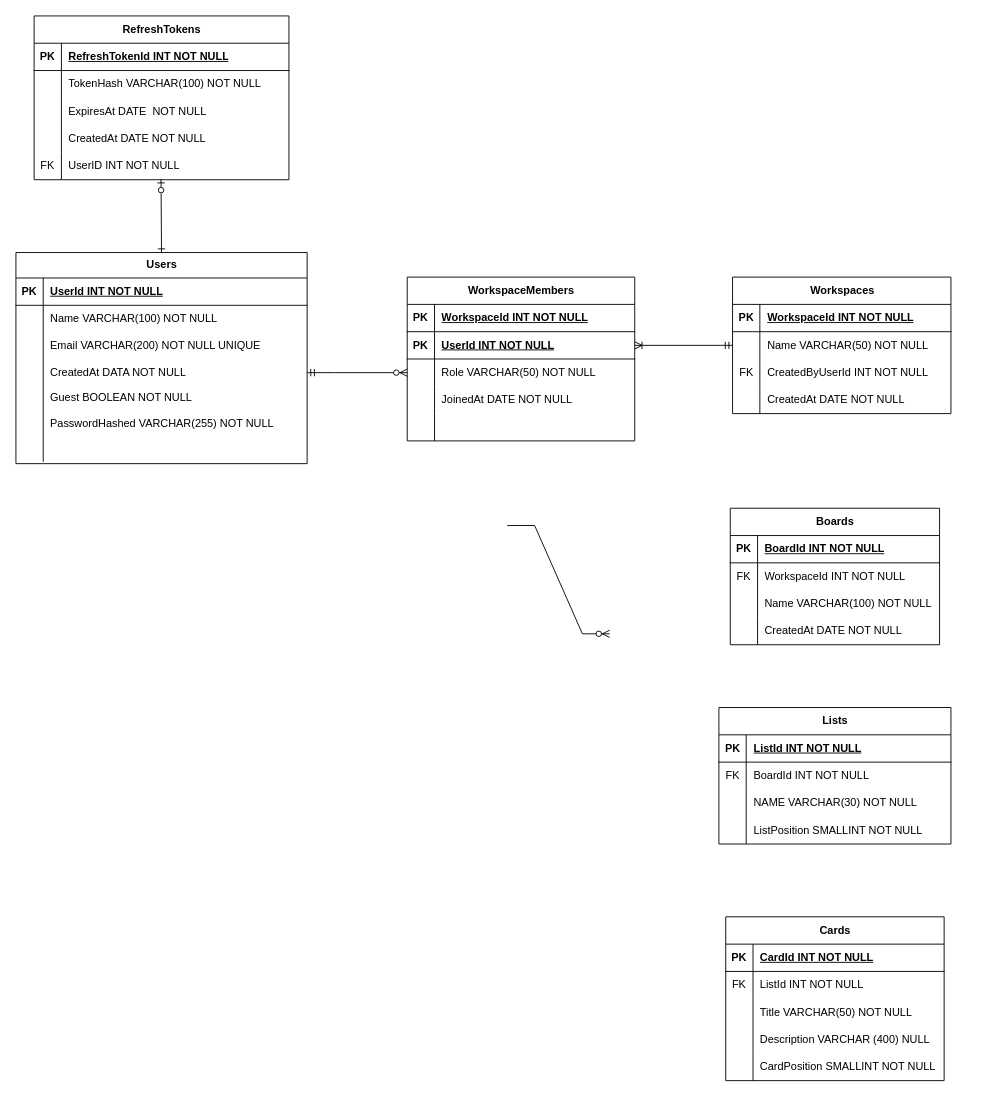
Earlier version of the draw.io diagram DatabaseFilesAndDesign/DatabaseDesign.drawio (maninder56/Planner-Web-App). Source tidied: cells renumbered, new cells numbered last; positions are measured from the earlier drawing's top-left corner, leaving out a move shared by most shapes. Both pictures are drawn from the tidied source at 91%, with x=0, y=0 at pixel (15, 15).
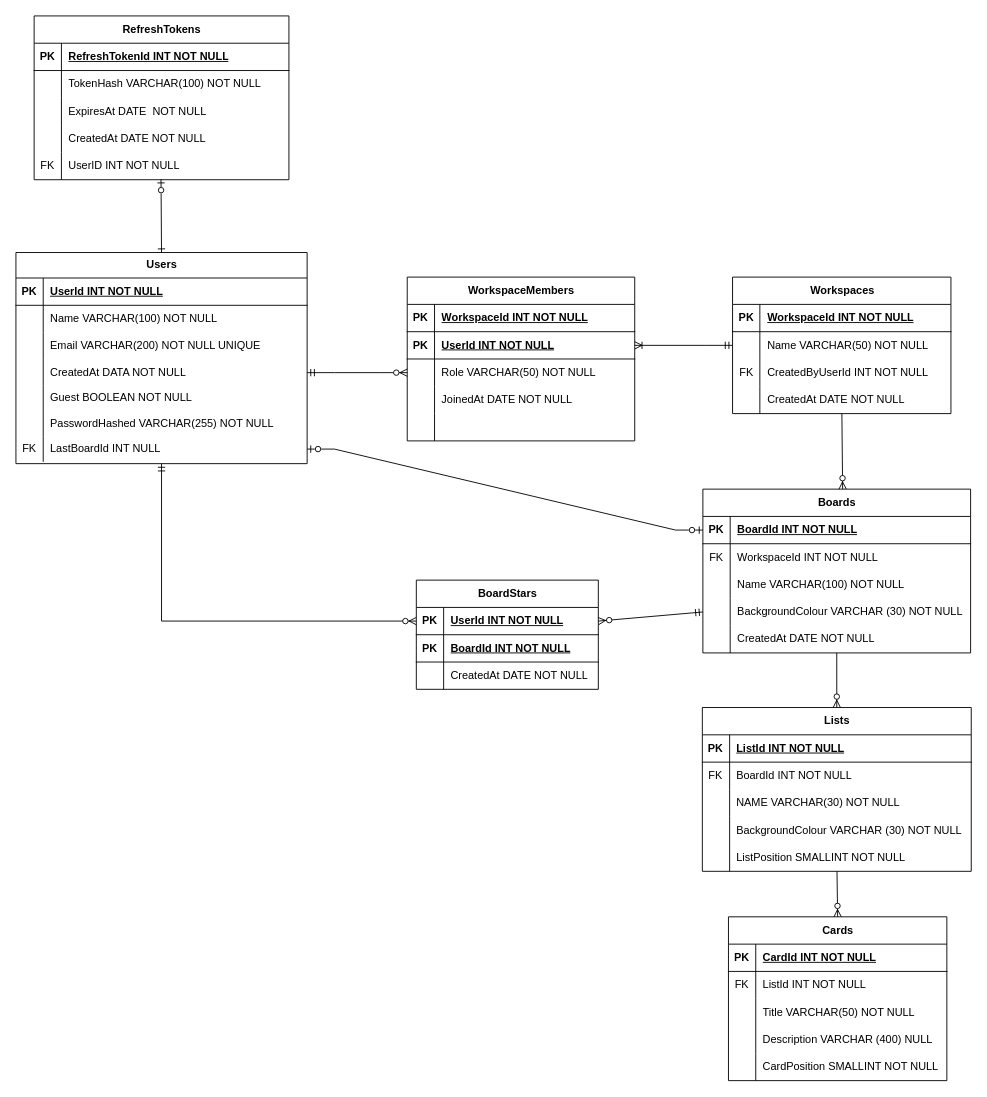
The same diagram, later.

Commit message:
Added boardstar table

Unchanged cells that the change refers to:
```xml
<mxCell id="2" value="Users" style="shape=table;startSize=28;childLayout=tableLayout;rowLines=0;fontStyle=1;align=center;html=1;" parent="1" vertex="1">
  <mxGeometry y="260" width="320" height="232" as="geometry" />
</mxCell>
<mxCell id="21" style="shape=tableRow;horizontal=0;startSize=0;swimlaneHead=0;swimlaneBody=0;fillColor=none;points=[[0,0.5],[1,0.5]];portConstraint=eastwest;top=0;left=0;right=0;bottom=0;" parent="2" vertex="1">
  <mxGeometry y="202" width="320" height="28" as="geometry" />
</mxCell>
<mxCell id="51" style="shape=tableRow;horizontal=0;startSize=0;swimlaneHead=0;swimlaneBody=0;fillColor=none;points=[[0,0.5],[1,0.5]];portConstraint=eastwest;top=0;left=0;right=0;bottom=0;" parent="41" vertex="1">
  <mxGeometry y="120" width="240" height="30" as="geometry" />
</mxCell>
```

The edit, as a diff of the source:
```diff
@@
-    <mxCell id="22" style="shape=partialRectangle;fillColor=none;top=0;left=0;bottom=0;right=0;overflow=hidden;whiteSpace=wrap;html=1;" parent="21" vertex="1">
+    <mxCell id="22" value="FK" style="shape=partialRectangle;fillColor=none;top=0;left=0;bottom=0;right=0;overflow=hidden;whiteSpace=wrap;html=1;" parent="21" vertex="1">
       <mxGeometry width="30" height="28" as="geometry" />
     </mxCell>
-    <mxCell id="23" style="shape=partialRectangle;fillColor=none;top=0;left=0;bottom=0;right=0;align=left;spacingLeft=6;overflow=hidden;whiteSpace=wrap;html=1;" parent="21" vertex="1">
+    <mxCell id="23" value="LastBoardId INT NULL" style="shape=partialRectangle;fillColor=none;top=0;left=0;bottom=0;right=0;align=left;spacingLeft=6;overflow=hidden;whiteSpace=wrap;html=1;" parent="21" vertex="1">
       <mxGeometry x="30" width="290" height="28" as="geometry" />
     </mxCell>
@@
     <mxCell id="70" value="Boards" style="shape=table;startSize=30;childLayout=tableLayout;rowLines=0;fontStyle=1;align=center;html=1;" parent="1" vertex="1">
-      <mxGeometry x="785" y="541" width="230" height="150" as="geometry" />
+      <mxGeometry x="754.9" y="520" width="294.2" height="180" as="geometry" />
     </mxCell>
     <mxCell id="71" style="shape=tableRow;horizontal=0;startSize=0;swimlaneHead=0;swimlaneBody=0;fillColor=none;points=[[0,0.5],[1,0.5]];portConstraint=eastwest;top=0;left=0;right=0;bottom=1;" parent="70" vertex="1">
-      <mxGeometry y="30" width="230" height="30" as="geometry" />
+      <mxGeometry y="30" width="294.2" height="30" as="geometry" />
     </mxCell>
@@
     <mxCell id="73" value="BoardId INT NOT NULL" style="shape=partialRectangle;fillColor=none;top=0;left=0;bottom=0;right=0;align=left;spacingLeft=6;fontStyle=5;overflow=hidden;whiteSpace=wrap;html=1;" parent="71" vertex="1">
-      <mxGeometry x="30" width="200" height="30" as="geometry" />
+      <mxGeometry x="30" width="264.2" height="30" as="geometry" />
     </mxCell>
     <mxCell id="74" style="shape=tableRow;horizontal=0;startSize=0;swimlaneHead=0;swimlaneBody=0;fillColor=none;top=0;left=0;right=0;bottom=0;" parent="70" vertex="1">
-      <mxGeometry y="60" width="230" height="30" as="geometry" />
+      <mxGeometry y="60" width="294.2" height="30" as="geometry" />
     </mxCell>
@@
     <mxCell id="76" value="WorkspaceId INT NOT NULL" style="shape=partialRectangle;fillColor=none;top=0;left=0;bottom=0;right=0;align=left;spacingLeft=6;overflow=hidden;whiteSpace=wrap;html=1;" parent="74" vertex="1">
-      <mxGeometry x="30" width="200" height="30" as="geometry" />
+      <mxGeometry x="30" width="264.2" height="30" as="geometry" />
     </mxCell>
     <mxCell id="77" style="shape=tableRow;horizontal=0;startSize=0;swimlaneHead=0;swimlaneBody=0;fillColor=none;top=0;left=0;right=0;bottom=0;" parent="70" vertex="1">
-      <mxGeometry y="90" width="230" height="30" as="geometry" />
+      <mxGeometry y="90" width="294.2" height="30" as="geometry" />
     </mxCell>
@@
     <mxCell id="79" value="Name VARCHAR(100) NOT NULL" style="shape=partialRectangle;fillColor=none;top=0;left=0;bottom=0;right=0;align=left;spacingLeft=6;overflow=hidden;whiteSpace=wrap;html=1;" parent="77" vertex="1">
-      <mxGeometry x="30" width="200" height="30" as="geometry" />
+      <mxGeometry x="30" width="264.2" height="30" as="geometry" />
     </mxCell>
+    <mxCell id="115" style="shape=tableRow;horizontal=0;startSize=0;swimlaneHead=0;swimlaneBody=0;fillColor=none;points=[[0,0.5],[1,0.5]];portConstraint=eastwest;top=0;left=0;right=0;bottom=0;" parent="70" vertex="1">
+      <mxGeometry y="120" width="294.2" height="30" as="geometry" />
+    </mxCell>
+    <mxCell id="116" style="shape=partialRectangle;fillColor=none;top=0;left=0;bottom=0;right=0;overflow=hidden;whiteSpace=wrap;html=1;" parent="115" vertex="1">
+      <mxGeometry width="30" height="30" as="geometry" />
+    </mxCell>
+    <mxCell id="117" value="BackgroundColour VARCHAR (30) NOT NULL" style="shape=partialRectangle;fillColor=none;top=0;left=0;bottom=0;right=0;align=left;spacingLeft=6;overflow=hidden;whiteSpace=wrap;html=1;" parent="115" vertex="1">
+      <mxGeometry x="30" width="264.2" height="30" as="geometry" />
+    </mxCell>
     <mxCell id="80" style="shape=tableRow;horizontal=0;startSize=0;swimlaneHead=0;swimlaneBody=0;fillColor=none;points=[[0,0.5],[1,0.5]];portConstraint=eastwest;top=0;left=0;right=0;bottom=0;" parent="70" vertex="1">
-      <mxGeometry y="120" width="230" height="30" as="geometry" />
+      <mxGeometry y="150" width="294.2" height="30" as="geometry" />
     </mxCell>
@@
     <mxCell id="82" value="CreatedAt DATE NOT NULL" style="shape=partialRectangle;fillColor=none;top=0;left=0;bottom=0;right=0;align=left;spacingLeft=6;overflow=hidden;whiteSpace=wrap;html=1;" parent="80" vertex="1">
-      <mxGeometry x="30" width="200" height="30" as="geometry" />
+      <mxGeometry x="30" width="264.2" height="30" as="geometry" />
     </mxCell>
     <mxCell id="83" value="Lists" style="shape=table;startSize=30;childLayout=tableLayout;rowLines=0;fontStyle=1;align=center;html=1;" parent="1" vertex="1">
-      <mxGeometry x="772.5" y="760" width="255" height="150" as="geometry" />
+      <mxGeometry x="754.3" y="760" width="295.5" height="180" as="geometry" />
     </mxCell>
     <mxCell id="84" style="shape=tableRow;horizontal=0;startSize=0;swimlaneHead=0;swimlaneBody=0;fillColor=none;top=0;left=0;right=0;bottom=1;" parent="83" vertex="1">
-      <mxGeometry y="30" width="255" height="30" as="geometry" />
+      <mxGeometry y="30" width="295.5" height="30" as="geometry" />
     </mxCell>
@@
     <mxCell id="86" value="ListId INT NOT NULL" style="shape=partialRectangle;fillColor=none;top=0;left=0;bottom=0;right=0;align=left;spacingLeft=6;fontStyle=5;overflow=hidden;whiteSpace=wrap;html=1;" parent="84" vertex="1">
-      <mxGeometry x="30" width="225" height="30" as="geometry" />
+      <mxGeometry x="30" width="265.5" height="30" as="geometry" />
     </mxCell>
     <mxCell id="87" style="shape=tableRow;horizontal=0;startSize=0;swimlaneHead=0;swimlaneBody=0;fillColor=none;top=0;left=0;right=0;bottom=0;" parent="83" vertex="1">
-      <mxGeometry y="60" width="255" height="30" as="geometry" />
+      <mxGeometry y="60" width="295.5" height="30" as="geometry" />
     </mxCell>
@@
     <mxCell id="89" value="BoardId INT NOT NULL" style="shape=partialRectangle;fillColor=none;top=0;left=0;bottom=0;right=0;align=left;spacingLeft=6;overflow=hidden;whiteSpace=wrap;html=1;" parent="87" vertex="1">
-      <mxGeometry x="30" width="225" height="30" as="geometry" />
+      <mxGeometry x="30" width="265.5" height="30" as="geometry" />
     </mxCell>
     <mxCell id="90" style="shape=tableRow;horizontal=0;startSize=0;swimlaneHead=0;swimlaneBody=0;fillColor=none;top=0;left=0;right=0;bottom=0;" parent="83" vertex="1">
-      <mxGeometry y="90" width="255" height="30" as="geometry" />
+      <mxGeometry y="90" width="295.5" height="30" as="geometry" />
     </mxCell>
@@
     <mxCell id="92" value="NAME VARCHAR(30) NOT NULL" style="shape=partialRectangle;fillColor=none;top=0;left=0;bottom=0;right=0;align=left;spacingLeft=6;overflow=hidden;whiteSpace=wrap;html=1;" parent="90" vertex="1">
-      <mxGeometry x="30" width="225" height="30" as="geometry" />
+      <mxGeometry x="30" width="265.5" height="30" as="geometry" />
     </mxCell>
+    <mxCell id="118" style="shape=tableRow;horizontal=0;startSize=0;swimlaneHead=0;swimlaneBody=0;fillColor=none;top=0;left=0;right=0;bottom=0;" parent="83" vertex="1">
+      <mxGeometry y="120" width="295.5" height="30" as="geometry" />
+    </mxCell>
+    <mxCell id="119" style="shape=partialRectangle;fillColor=none;top=0;left=0;bottom=0;right=0;overflow=hidden;whiteSpace=wrap;html=1;" parent="118" vertex="1">
+      <mxGeometry width="30" height="30" as="geometry" />
+    </mxCell>
+    <mxCell id="120" value="BackgroundColour VARCHAR (30) NOT NULL" style="shape=partialRectangle;fillColor=none;top=0;left=0;bottom=0;right=0;align=left;spacingLeft=6;overflow=hidden;whiteSpace=wrap;html=1;" parent="118" vertex="1">
+      <mxGeometry x="30" width="265.5" height="30" as="geometry" />
+    </mxCell>
     <mxCell id="93" style="shape=tableRow;horizontal=0;startSize=0;swimlaneHead=0;swimlaneBody=0;fillColor=none;points=[[0,0.5],[1,0.5]];portConstraint=eastwest;top=0;left=0;right=0;bottom=0;" parent="83" vertex="1">
-      <mxGeometry y="120" width="255" height="30" as="geometry" />
+      <mxGeometry y="150" width="295.5" height="30" as="geometry" />
     </mxCell>
@@
     <mxCell id="95" value="ListPosition SMALLINT NOT NULL" style="shape=partialRectangle;fillColor=none;top=0;left=0;bottom=0;right=0;align=left;spacingLeft=6;overflow=hidden;whiteSpace=wrap;html=1;" parent="93" vertex="1">
-      <mxGeometry x="30" width="225" height="30" as="geometry" />
+      <mxGeometry x="30" width="265.5" height="30" as="geometry" />
     </mxCell>
     <mxCell id="96" value="Cards" style="shape=table;startSize=30;childLayout=tableLayout;rowLines=0;fontStyle=1;align=center;html=1;" parent="1" vertex="1">
-      <mxGeometry x="780" y="990" width="240" height="180" as="geometry" />
+      <mxGeometry x="783" y="990" width="240" height="180" as="geometry" />
     </mxCell>
@@
-    <mxCell id="114" style="edgeStyle=entityRelationEdgeStyle;fontSize=12;html=1;endArrow=ERzeroToMany;endFill=1;rounded=0;entryX=0.5;entryY=0;entryDx=0;entryDy=0;exitX=0;exitY=0.5;exitDx=0;exitDy=0;" parent="1" edge="1">
-      <mxGeometry relative="1" as="geometry">
-        <mxPoint x="540" y="560" as="sourcePoint" />
-        <mxPoint x="652.5" y="679" as="targetPoint" />
-      </mxGeometry>
+    <mxCell id="114" style="fontSize=12;html=1;endArrow=ERzeroToMany;endFill=1;rounded=0;entryX=0.522;entryY=0;entryDx=0;entryDy=0;entryPerimeter=0;" parent="1" edge="1" source="51" target="70">
+      <mxGeometry relative="1" as="geometry" />
     </mxCell>
+    <mxCell id="121" style="fontSize=12;html=1;endArrow=ERzeroToMany;endFill=1;rounded=0;entryX=0.5;entryY=0;entryDx=0;entryDy=0;" parent="1" edge="1" source="80" target="83">
+      <mxGeometry relative="1" as="geometry" />
+    </mxCell>
+    <mxCell id="122" style="fontSize=12;html=1;endArrow=ERzeroToMany;endFill=1;rounded=0;entryX=0.5;entryY=0;entryDx=0;entryDy=0;" parent="1" edge="1" source="93" target="96">
+      <mxGeometry relative="1" as="geometry" />
+    </mxCell>
+    <mxCell id="123" value="BoardStars" style="shape=table;startSize=30;childLayout=tableLayout;rowLines=0;fontStyle=1;align=center;html=1;" parent="1" vertex="1">
+      <mxGeometry x="440" y="620" width="200" height="120" as="geometry" />
+    </mxCell>
+    <mxCell id="124" style="shape=tableRow;horizontal=0;startSize=0;swimlaneHead=0;swimlaneBody=0;fillColor=none;points=[[0,0.5],[1,0.5]];portConstraint=eastwest;top=0;left=0;right=0;bottom=1;" parent="123" vertex="1">
+      <mxGeometry y="30" width="200" height="30" as="geometry" />
+    </mxCell>
+    <mxCell id="125" value="PK" style="shape=partialRectangle;fillColor=none;top=0;left=0;bottom=0;right=0;fontStyle=1;overflow=hidden;whiteSpace=wrap;html=1;" parent="124" vertex="1">
+      <mxGeometry width="30" height="30" as="geometry" />
+    </mxCell>
+    <mxCell id="126" value="UserId INT NOT NULL" style="shape=partialRectangle;fillColor=none;top=0;left=0;bottom=0;right=0;align=left;spacingLeft=6;fontStyle=5;overflow=hidden;whiteSpace=wrap;html=1;" parent="124" vertex="1">
+      <mxGeometry x="30" width="170" height="30" as="geometry" />
+    </mxCell>
+    <mxCell id="127" style="shape=tableRow;horizontal=0;startSize=0;swimlaneHead=0;swimlaneBody=0;fillColor=none;top=0;left=0;right=0;bottom=1;" parent="123" vertex="1">
+      <mxGeometry y="60" width="200" height="30" as="geometry" />
+    </mxCell>
+    <mxCell id="128" value="PK" style="shape=partialRectangle;fillColor=none;top=0;left=0;bottom=0;right=0;fontStyle=1;overflow=hidden;whiteSpace=wrap;html=1;" parent="127" vertex="1">
+      <mxGeometry width="30" height="30" as="geometry" />
+    </mxCell>
+    <mxCell id="129" value="BoardId INT NOT NULL" style="shape=partialRectangle;fillColor=none;top=0;left=0;bottom=0;right=0;align=left;spacingLeft=6;fontStyle=5;overflow=hidden;whiteSpace=wrap;html=1;" parent="127" vertex="1">
+      <mxGeometry x="30" width="170" height="30" as="geometry" />
+    </mxCell>
+    <mxCell id="130" style="shape=tableRow;horizontal=0;startSize=0;swimlaneHead=0;swimlaneBody=0;fillColor=none;top=0;left=0;right=0;bottom=0;" parent="123" vertex="1">
+      <mxGeometry y="90" width="200" height="30" as="geometry" />
+    </mxCell>
+    <mxCell id="131" style="shape=partialRectangle;fillColor=none;top=0;left=0;bottom=0;right=0;overflow=hidden;whiteSpace=wrap;html=1;" parent="130" vertex="1">
+      <mxGeometry width="30" height="30" as="geometry" />
+    </mxCell>
+    <mxCell id="132" value="CreatedAt DATE NOT NULL" style="shape=partialRectangle;fillColor=none;top=0;left=0;bottom=0;right=0;align=left;spacingLeft=6;overflow=hidden;whiteSpace=wrap;html=1;" parent="130" vertex="1">
+      <mxGeometry x="30" width="170" height="30" as="geometry" />
+    </mxCell>
+    <mxCell id="133" style="fontSize=12;html=1;endArrow=ERzeroToMany;startArrow=ERmandOne;rounded=0;exitX=0;exitY=0.5;exitDx=0;exitDy=0;entryX=1;entryY=0.5;entryDx=0;entryDy=0;" parent="1" edge="1" source="115" target="124">
+      <mxGeometry relative="1" as="geometry" />
+    </mxCell>
+    <mxCell id="134" style="edgeStyle=orthogonalEdgeStyle;fontSize=12;html=1;endArrow=ERzeroToMany;startArrow=ERmandOne;rounded=0;exitX=0.5;exitY=1;exitDx=0;exitDy=0;entryX=0;entryY=0.5;entryDx=0;entryDy=0;" parent="1" edge="1" source="2" target="124">
+      <mxGeometry relative="1" as="geometry" />
+    </mxCell>
+    <mxCell id="135" style="edgeStyle=entityRelationEdgeStyle;fontSize=12;html=1;endArrow=ERzeroToOne;startArrow=ERzeroToOne;rounded=0;exitX=1;exitY=0.5;exitDx=0;exitDy=0;entryX=0;entryY=0.5;entryDx=0;entryDy=0;endFill=0;startFill=0;" parent="1" edge="1" source="21" target="71">
+      <mxGeometry relative="1" as="geometry" />
+    </mxCell>
```
